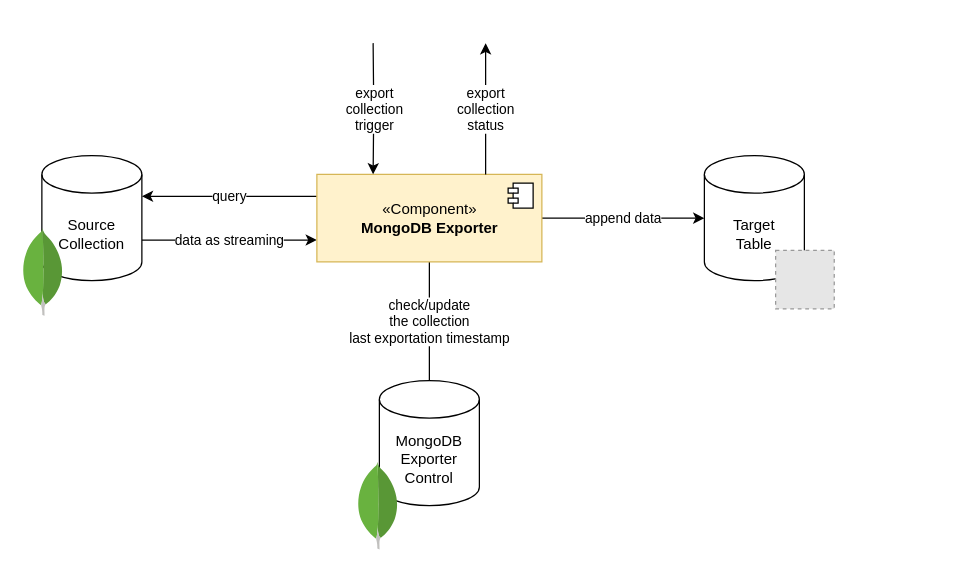
Before: docs/architecture.drawio in infra-lake/airbyte-mongodb-lowcode-source-connector, a draw.io diagram. Source tidied: cells renumbered, new cells numbered last; positions are measured from the earlier drawing's top-left corner, leaving out a move shared by most shapes. Both pictures are drawn from the tidied source at 125%, with x=0, y=0 at pixel (21, 42). Pictures stored in the file or linked from it are replaced by grey dashed boxes.
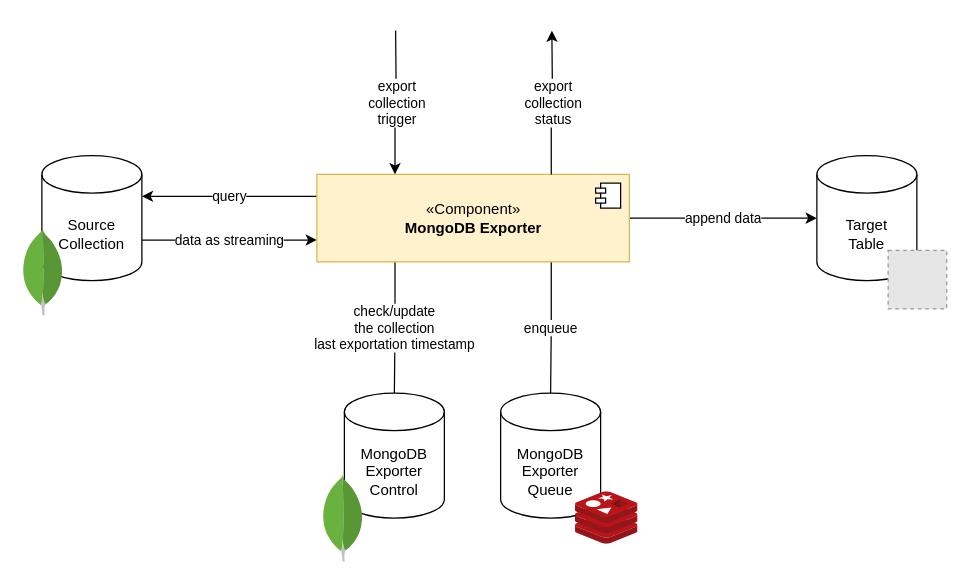
The same page after the edit.

The edit, as a diff of the source:
```diff
@@
     <mxCell id="2" value="Target&lt;br&gt;Table" style="shape=cylinder3;whiteSpace=wrap;html=1;boundedLbl=1;backgroundOutline=1;size=15;" parent="1" vertex="1">
-      <mxGeometry x="546" y="90" width="80" height="100" as="geometry" />
+      <mxGeometry x="636" y="90" width="80" height="100" as="geometry" />
     </mxCell>
     <mxCell id="3" style="fillColor=#E6E6E6;strokeColor=#999999;dashed=1;verticalLabelPosition=bottom;labelBackgroundColor=#ffffff;verticalAlign=top;" parent="1" vertex="1">
-      <mxGeometry x="603" y="165.7" width="46.9" height="46.9" as="geometry" />
+      <mxGeometry x="693" y="165.7" width="46.9" height="46.9" as="geometry" />
     </mxCell>
@@
-    <mxCell id="8" value="check/update &lt;br&gt;the collection &lt;br&gt;last exportation timestamp" style="rounded=0;jettySize=auto;html=1;edgeStyle=orthogonalEdgeStyle;endArrow=none;endFill=0;" parent="1" edge="1" source="10" target="14">
+    <mxCell id="8" value="check/update &lt;br&gt;the collection &lt;br&gt;last exportation timestamp" style="rounded=0;jettySize=auto;html=1;edgeStyle=orthogonalEdgeStyle;endArrow=none;endFill=0;exitX=0.25;exitY=1;exitDx=0;exitDy=0;" parent="1" edge="1" source="10" target="14">
       <mxGeometry relative="1" as="geometry" />
     </mxCell>
@@
+    <mxCell id="16" value="enqueue" style="edgeStyle=orthogonalEdgeStyle;rounded=0;jettySize=auto;html=1;exitX=0.75;exitY=1;exitDx=0;exitDy=0;endArrow=none;endFill=0;" parent="1" edge="1" source="10" target="17">
+      <mxGeometry relative="1" as="geometry" />
+    </mxCell>
     <mxCell id="10" value="«Component»&lt;br&gt;&lt;b&gt;MongoDB Exporter&lt;/b&gt;" style="html=1;fillColor=#fff2cc;strokeColor=#d6b656;" parent="1" vertex="1">
-      <mxGeometry x="236" y="105" width="180" height="70" as="geometry" />
+      <mxGeometry x="236" y="105" width="250" height="70" as="geometry" />
     </mxCell>
@@
     <mxCell id="12" value="export&lt;br&gt;collection&lt;br&gt;trigger" style="edgeStyle=orthogonalEdgeStyle;rounded=0;jettySize=auto;html=1;entryX=0.25;entryY=0;entryDx=0;entryDy=0;" parent="1" edge="1" target="10">
       <mxGeometry relative="1" as="geometry">
-        <mxPoint x="281" as="sourcePoint" />
+        <mxPoint x="299" y="-10" as="sourcePoint" />
       </mxGeometry>
     </mxCell>
     <mxCell id="13" value="export&lt;br&gt;collection&lt;br&gt;status" style="edgeStyle=orthogonalEdgeStyle;rounded=0;jettySize=auto;html=1;exitX=0.75;exitY=0;exitDx=0;exitDy=0;" parent="1" edge="1" source="10">
       <mxGeometry relative="1" as="geometry">
-        <mxPoint x="371" as="targetPoint" />
+        <mxPoint x="424" y="-10" as="targetPoint" />
       </mxGeometry>
     </mxCell>
     <mxCell id="14" value="MongoDB Exporter&lt;br&gt;Control" style="shape=cylinder3;whiteSpace=wrap;html=1;boundedLbl=1;backgroundOutline=1;size=15;" parent="1" vertex="1">
-      <mxGeometry x="286" y="270" width="80" height="100" as="geometry" />
+      <mxGeometry x="258" y="280" width="80" height="100" as="geometry" />
     </mxCell>
     <mxCell id="15" style="dashed=0;html=1;align=center;labelPosition=center;verticalLabelPosition=bottom;verticalAlign=top;shape=mxgraph.weblogos.mongodb;" parent="1" vertex="1">
-      <mxGeometry x="268" y="335" width="33.5" height="70" as="geometry" />
+      <mxGeometry x="240" y="345" width="33.5" height="70" as="geometry" />
     </mxCell>
+    <mxCell id="17" value="MongoDB Exporter&lt;br&gt;Queue" style="shape=cylinder3;whiteSpace=wrap;html=1;boundedLbl=1;backgroundOutline=1;size=15;" parent="1" vertex="1">
+      <mxGeometry x="383" y="280" width="80" height="100" as="geometry" />
+    </mxCell>
+    <mxCell id="18" style="sketch=0;html=1;align=center;image;fontSize=12;image=img/lib/mscae/Cache_Redis_Product.svg;" parent="1" vertex="1">
+      <mxGeometry x="443" y="359" width="50" height="42" as="geometry" />
+    </mxCell>
```
